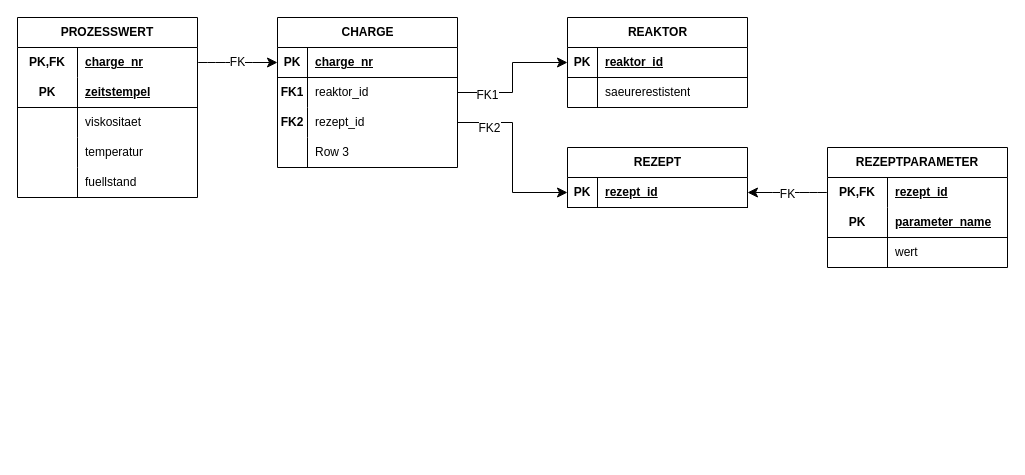
The draw.io diagram docs/02-theoriephase/termin-02/DUD_Aufg-03.drawio in christoecker/Kurs_3019_Datenbanken, before the edit. Source tidied: cells renumbered, new cells numbered last; positions are measured from the earlier drawing's top-left corner, leaving out a move shared by most shapes. Both pictures are drawn from the tidied source at 100%, with x=0, y=0 at pixel (17, 17).
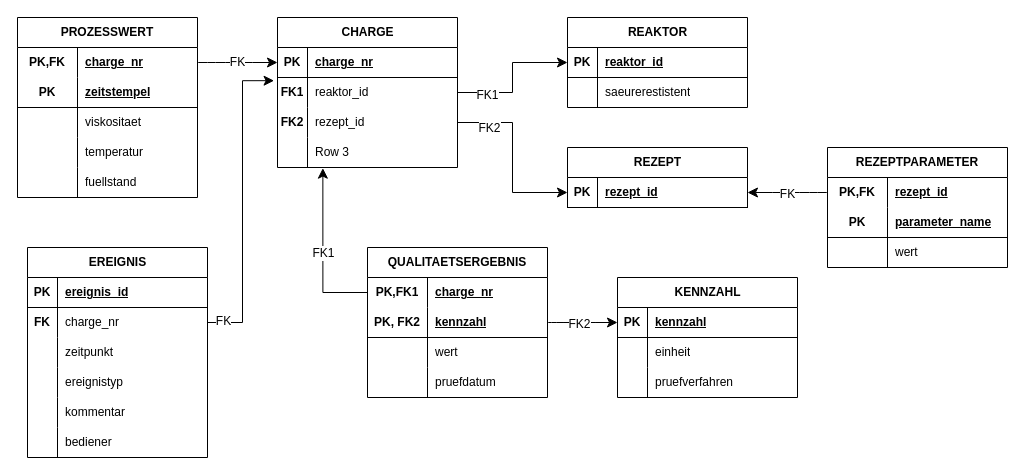
The same diagram, later.

Unchanged cells that the change refers to:
```xml
<mxCell id="22" style="shape=tableRow;horizontal=0;startSize=0;swimlaneHead=0;swimlaneBody=0;fillColor=none;points=[[0,0.5],[1,0.5]];portConstraint=eastwest;top=0;left=0;right=0;bottom=0;" parent="18" vertex="1">
  <mxGeometry y="60" width="180" height="30" as="geometry" />
</mxCell>
<mxCell id="28" style="shape=tableRow;horizontal=0;startSize=0;swimlaneHead=0;swimlaneBody=0;fillColor=none;points=[[0,0.5],[1,0.5]];portConstraint=eastwest;top=0;left=0;right=0;bottom=0;" parent="18" vertex="1">
  <mxGeometry y="120" width="180" height="30" as="geometry" />
</mxCell>
```

Change to the diagram source:
```diff
@@
+    <mxCell id="59" value="EREIGNIS" style="shape=table;startSize=30;childLayout=tableLayout;rowLines=0;fontStyle=1;align=center;html=1;" parent="1" vertex="1">
+      <mxGeometry x="10" y="230" width="180" height="210" as="geometry" />
+    </mxCell>
+    <mxCell id="60" style="shape=tableRow;horizontal=0;startSize=0;swimlaneHead=0;swimlaneBody=0;fillColor=none;top=0;left=0;right=0;bottom=1;" parent="59" vertex="1">
+      <mxGeometry y="30" width="180" height="30" as="geometry" />
+    </mxCell>
+    <mxCell id="61" value="PK" style="shape=partialRectangle;fillColor=none;top=0;left=0;bottom=0;right=0;fontStyle=1;overflow=hidden;whiteSpace=wrap;html=1;" parent="60" vertex="1">
+      <mxGeometry width="30" height="30" as="geometry" />
+    </mxCell>
+    <mxCell id="62" value="ereignis_id" style="shape=partialRectangle;fillColor=none;top=0;left=0;bottom=0;right=0;align=left;spacingLeft=6;fontStyle=5;overflow=hidden;whiteSpace=wrap;html=1;" parent="60" vertex="1">
+      <mxGeometry x="30" width="150" height="30" as="geometry" />
+    </mxCell>
+    <mxCell id="63" style="shape=tableRow;horizontal=0;startSize=0;swimlaneHead=0;swimlaneBody=0;fillColor=none;points=[[0,0.5],[1,0.5]];portConstraint=eastwest;top=0;left=0;right=0;bottom=0;" parent="59" vertex="1">
+      <mxGeometry y="60" width="180" height="30" as="geometry" />
+    </mxCell>
+    <mxCell id="64" value="&lt;b&gt;FK&lt;/b&gt;" style="shape=partialRectangle;fillColor=none;top=0;left=0;bottom=0;right=0;overflow=hidden;whiteSpace=wrap;html=1;" parent="63" vertex="1">
+      <mxGeometry width="30" height="30" as="geometry" />
+    </mxCell>
+    <mxCell id="65" value="charge_nr" style="shape=partialRectangle;fillColor=none;top=0;left=0;bottom=0;right=0;align=left;spacingLeft=6;overflow=hidden;whiteSpace=wrap;html=1;" parent="63" vertex="1">
+      <mxGeometry x="30" width="150" height="30" as="geometry" />
+    </mxCell>
+    <mxCell id="66" style="shape=tableRow;horizontal=0;startSize=0;swimlaneHead=0;swimlaneBody=0;fillColor=none;top=0;left=0;right=0;bottom=0;" parent="59" vertex="1">
+      <mxGeometry y="90" width="180" height="30" as="geometry" />
+    </mxCell>
+    <mxCell id="67" style="shape=partialRectangle;fillColor=none;top=0;left=0;bottom=0;right=0;overflow=hidden;whiteSpace=wrap;html=1;" parent="66" vertex="1">
+      <mxGeometry width="30" height="30" as="geometry" />
+    </mxCell>
+    <mxCell id="68" value="zeitpunkt" style="shape=partialRectangle;fillColor=none;top=0;left=0;bottom=0;right=0;align=left;spacingLeft=6;overflow=hidden;whiteSpace=wrap;html=1;" parent="66" vertex="1">
+      <mxGeometry x="30" width="150" height="30" as="geometry" />
+    </mxCell>
+    <mxCell id="69" style="shape=tableRow;horizontal=0;startSize=0;swimlaneHead=0;swimlaneBody=0;fillColor=none;top=0;left=0;right=0;bottom=0;" parent="59" vertex="1">
+      <mxGeometry y="120" width="180" height="30" as="geometry" />
+    </mxCell>
+    <mxCell id="70" style="shape=partialRectangle;fillColor=none;top=0;left=0;bottom=0;right=0;overflow=hidden;whiteSpace=wrap;html=1;" parent="69" vertex="1">
+      <mxGeometry width="30" height="30" as="geometry" />
+    </mxCell>
+    <mxCell id="71" value="ereignistyp" style="shape=partialRectangle;fillColor=none;top=0;left=0;bottom=0;right=0;align=left;spacingLeft=6;overflow=hidden;whiteSpace=wrap;html=1;" parent="69" vertex="1">
+      <mxGeometry x="30" width="150" height="30" as="geometry" />
+    </mxCell>
+    <mxCell id="72" style="shape=tableRow;horizontal=0;startSize=0;swimlaneHead=0;swimlaneBody=0;fillColor=none;top=0;left=0;right=0;bottom=0;" parent="59" vertex="1">
+      <mxGeometry y="150" width="180" height="30" as="geometry" />
+    </mxCell>
+    <mxCell id="73" style="shape=partialRectangle;fillColor=none;top=0;left=0;bottom=0;right=0;overflow=hidden;whiteSpace=wrap;html=1;" parent="72" vertex="1">
+      <mxGeometry width="30" height="30" as="geometry" />
+    </mxCell>
+    <mxCell id="74" value="kommentar" style="shape=partialRectangle;fillColor=none;top=0;left=0;bottom=0;right=0;align=left;spacingLeft=6;overflow=hidden;whiteSpace=wrap;html=1;" parent="72" vertex="1">
+      <mxGeometry x="30" width="150" height="30" as="geometry" />
+    </mxCell>
+    <mxCell id="75" style="shape=tableRow;horizontal=0;startSize=0;swimlaneHead=0;swimlaneBody=0;fillColor=none;top=0;left=0;right=0;bottom=0;" parent="59" vertex="1">
+      <mxGeometry y="180" width="180" height="30" as="geometry" />
+    </mxCell>
+    <mxCell id="76" style="shape=partialRectangle;fillColor=none;top=0;left=0;bottom=0;right=0;overflow=hidden;whiteSpace=wrap;html=1;" parent="75" vertex="1">
+      <mxGeometry width="30" height="30" as="geometry" />
+    </mxCell>
+    <mxCell id="77" value="bediener" style="shape=partialRectangle;fillColor=none;top=0;left=0;bottom=0;right=0;align=left;spacingLeft=6;overflow=hidden;whiteSpace=wrap;html=1;" parent="75" vertex="1">
+      <mxGeometry x="30" width="150" height="30" as="geometry" />
+    </mxCell>
+    <mxCell id="78" style="edgeStyle=orthogonalEdgeStyle;rounded=0;jettySize=auto;html=1;exitX=1;exitY=0.5;exitDx=0;exitDy=0;entryX=-0.019;entryY=0.106;entryDx=0;entryDy=0;entryPerimeter=0;fontSize=12;startSize=8;endSize=8;" parent="1" edge="1" source="63" target="22">
+      <mxGeometry relative="1" as="geometry" />
+    </mxCell>
+    <mxCell id="79" value="FK" style="edgeLabel;html=1;align=center;verticalAlign=middle;fontSize=12;" parent="78" vertex="1">
+      <mxGeometry x="-0.9" y="2" relative="1" as="geometry" />
+    </mxCell>
+    <mxCell id="80" style="shape=tableRow;horizontal=0;startSize=0;swimlaneHead=0;swimlaneBody=0;fillColor=none;top=0;left=0;right=0;bottom=0;" parent="1" vertex="1">
+      <mxGeometry x="180" y="360" width="180" height="30" as="geometry" />
+    </mxCell>
+    <mxCell id="81" style="shape=partialRectangle;fillColor=none;top=0;left=0;bottom=0;right=0;overflow=hidden;whiteSpace=wrap;html=1;" parent="80" vertex="1">
+      <mxGeometry width="30" height="30" as="geometry" />
+    </mxCell>
+    <mxCell id="82" value="QUALITAETSERGEBNIS" style="shape=table;startSize=30;childLayout=tableLayout;rowLines=0;fontStyle=1;align=center;html=1;whiteSpace=wrap;" parent="1" vertex="1">
+      <mxGeometry x="350" y="230" width="180" height="150" as="geometry" />
+    </mxCell>
+    <mxCell id="83" style="shape=tableRow;horizontal=0;startSize=0;swimlaneHead=0;swimlaneBody=0;fillColor=none;points=[[0,0.5],[1,0.5]];portConstraint=eastwest;top=0;left=0;right=0;bottom=0;html=1;" parent="82" vertex="1">
+      <mxGeometry y="30" width="180" height="30" as="geometry" />
+    </mxCell>
+    <mxCell id="84" value="PK,FK1" style="shape=partialRectangle;fillColor=none;top=0;left=0;bottom=0;right=0;fontStyle=1;overflow=hidden;html=1;whiteSpace=wrap;" parent="83" vertex="1">
+      <mxGeometry width="60" height="30" as="geometry" />
+    </mxCell>
+    <mxCell id="85" value="charge_nr" style="shape=partialRectangle;fillColor=none;top=0;left=0;bottom=0;right=0;align=left;spacingLeft=6;fontStyle=5;overflow=hidden;html=1;whiteSpace=wrap;" parent="83" vertex="1">
+      <mxGeometry x="60" width="120" height="30" as="geometry" />
+    </mxCell>
+    <mxCell id="86" style="shape=tableRow;horizontal=0;startSize=0;swimlaneHead=0;swimlaneBody=0;fillColor=none;points=[[0,0.5],[1,0.5]];portConstraint=eastwest;top=0;left=0;right=0;bottom=1;html=1;" parent="82" vertex="1">
+      <mxGeometry y="60" width="180" height="30" as="geometry" />
+    </mxCell>
+    <mxCell id="87" value="PK, FK2" style="shape=partialRectangle;fillColor=none;top=0;left=0;bottom=0;right=0;fontStyle=1;overflow=hidden;html=1;whiteSpace=wrap;" parent="86" vertex="1">
+      <mxGeometry width="60" height="30" as="geometry" />
+    </mxCell>
+    <mxCell id="88" value="kennzahl" style="shape=partialRectangle;fillColor=none;top=0;left=0;bottom=0;right=0;align=left;spacingLeft=6;fontStyle=5;overflow=hidden;html=1;whiteSpace=wrap;" parent="86" vertex="1">
+      <mxGeometry x="60" width="120" height="30" as="geometry" />
+    </mxCell>
+    <mxCell id="89" style="shape=tableRow;horizontal=0;startSize=0;swimlaneHead=0;swimlaneBody=0;fillColor=none;top=0;left=0;right=0;bottom=0;html=1;" parent="82" vertex="1">
+      <mxGeometry y="90" width="180" height="30" as="geometry" />
+    </mxCell>
+    <mxCell id="90" style="shape=partialRectangle;fillColor=none;top=0;left=0;bottom=0;right=0;overflow=hidden;html=1;whiteSpace=wrap;" parent="89" vertex="1">
+      <mxGeometry width="60" height="30" as="geometry" />
+    </mxCell>
+    <mxCell id="91" value="wert" style="shape=partialRectangle;fillColor=none;top=0;left=0;bottom=0;right=0;align=left;spacingLeft=6;overflow=hidden;html=1;whiteSpace=wrap;" parent="89" vertex="1">
+      <mxGeometry x="60" width="120" height="30" as="geometry" />
+    </mxCell>
+    <mxCell id="92" style="shape=tableRow;horizontal=0;startSize=0;swimlaneHead=0;swimlaneBody=0;fillColor=none;top=0;left=0;right=0;bottom=0;html=1;" parent="82" vertex="1">
+      <mxGeometry y="120" width="180" height="30" as="geometry" />
+    </mxCell>
+    <mxCell id="93" style="shape=partialRectangle;fillColor=none;top=0;left=0;bottom=0;right=0;overflow=hidden;html=1;whiteSpace=wrap;" parent="92" vertex="1">
+      <mxGeometry width="60" height="30" as="geometry" />
+    </mxCell>
+    <mxCell id="94" value="pruefdatum" style="shape=partialRectangle;fillColor=none;top=0;left=0;bottom=0;right=0;align=left;spacingLeft=6;overflow=hidden;html=1;whiteSpace=wrap;" parent="92" vertex="1">
+      <mxGeometry x="60" width="120" height="30" as="geometry" />
+    </mxCell>
+    <mxCell id="95" style="edgeStyle=orthogonalEdgeStyle;rounded=0;jettySize=auto;html=1;exitX=0;exitY=0.5;exitDx=0;exitDy=0;entryX=0.252;entryY=1.022;entryDx=0;entryDy=0;entryPerimeter=0;fontSize=12;startSize=8;endSize=8;" parent="1" edge="1" source="83" target="28">
+      <mxGeometry relative="1" as="geometry" />
+    </mxCell>
+    <mxCell id="96" value="FK1" style="edgeLabel;html=1;align=center;verticalAlign=middle;fontSize=12;" parent="95" vertex="1">
+      <mxGeometry x="-0.01" relative="1" as="geometry" />
+    </mxCell>
+    <mxCell id="97" value="KENNZAHL" style="shape=table;startSize=30;childLayout=tableLayout;rowLines=0;fontStyle=1;align=center;html=1;" parent="1" vertex="1">
+      <mxGeometry x="600" y="260" width="180" height="120" as="geometry" />
+    </mxCell>
+    <mxCell id="98" style="shape=tableRow;horizontal=0;startSize=0;swimlaneHead=0;swimlaneBody=0;fillColor=none;points=[[0,0.5],[1,0.5]];portConstraint=eastwest;top=0;left=0;right=0;bottom=1;" parent="97" vertex="1">
+      <mxGeometry y="30" width="180" height="30" as="geometry" />
+    </mxCell>
+    <mxCell id="99" value="PK" style="shape=partialRectangle;fillColor=none;top=0;left=0;bottom=0;right=0;fontStyle=1;overflow=hidden;whiteSpace=wrap;html=1;" parent="98" vertex="1">
+      <mxGeometry width="30" height="30" as="geometry" />
+    </mxCell>
+    <mxCell id="100" value="kennzahl" style="shape=partialRectangle;fillColor=none;top=0;left=0;bottom=0;right=0;align=left;spacingLeft=6;fontStyle=5;overflow=hidden;whiteSpace=wrap;html=1;" parent="98" vertex="1">
+      <mxGeometry x="30" width="150" height="30" as="geometry" />
+    </mxCell>
+    <mxCell id="101" style="shape=tableRow;horizontal=0;startSize=0;swimlaneHead=0;swimlaneBody=0;fillColor=none;top=0;left=0;right=0;bottom=0;" parent="97" vertex="1">
+      <mxGeometry y="60" width="180" height="30" as="geometry" />
+    </mxCell>
+    <mxCell id="102" style="shape=partialRectangle;fillColor=none;top=0;left=0;bottom=0;right=0;overflow=hidden;whiteSpace=wrap;html=1;" parent="101" vertex="1">
+      <mxGeometry width="30" height="30" as="geometry" />
+    </mxCell>
+    <mxCell id="103" value="einheit" style="shape=partialRectangle;fillColor=none;top=0;left=0;bottom=0;right=0;align=left;spacingLeft=6;overflow=hidden;whiteSpace=wrap;html=1;" parent="101" vertex="1">
+      <mxGeometry x="30" width="150" height="30" as="geometry" />
+    </mxCell>
+    <mxCell id="104" style="shape=tableRow;horizontal=0;startSize=0;swimlaneHead=0;swimlaneBody=0;fillColor=none;top=0;left=0;right=0;bottom=0;" parent="97" vertex="1">
+      <mxGeometry y="90" width="180" height="30" as="geometry" />
+    </mxCell>
+    <mxCell id="105" style="shape=partialRectangle;fillColor=none;top=0;left=0;bottom=0;right=0;overflow=hidden;whiteSpace=wrap;html=1;" parent="104" vertex="1">
+      <mxGeometry width="30" height="30" as="geometry" />
+    </mxCell>
+    <mxCell id="106" value="pruefverfahren" style="shape=partialRectangle;fillColor=none;top=0;left=0;bottom=0;right=0;align=left;spacingLeft=6;overflow=hidden;whiteSpace=wrap;html=1;" parent="104" vertex="1">
+      <mxGeometry x="30" width="150" height="30" as="geometry" />
+    </mxCell>
+    <mxCell id="107" style="edgeStyle=none;curved=1;rounded=0;jettySize=auto;html=1;exitX=1;exitY=0.5;exitDx=0;exitDy=0;entryX=0;entryY=0.5;entryDx=0;entryDy=0;fontSize=12;startSize=8;endSize=8;" parent="1" edge="1" source="86" target="98">
+      <mxGeometry relative="1" as="geometry" />
+    </mxCell>
+    <mxCell id="108" value="FK2" style="edgeLabel;html=1;align=center;verticalAlign=middle;fontSize=12;" parent="107" vertex="1">
+      <mxGeometry x="-0.12" y="-1" relative="1" as="geometry" />
+    </mxCell>
```
